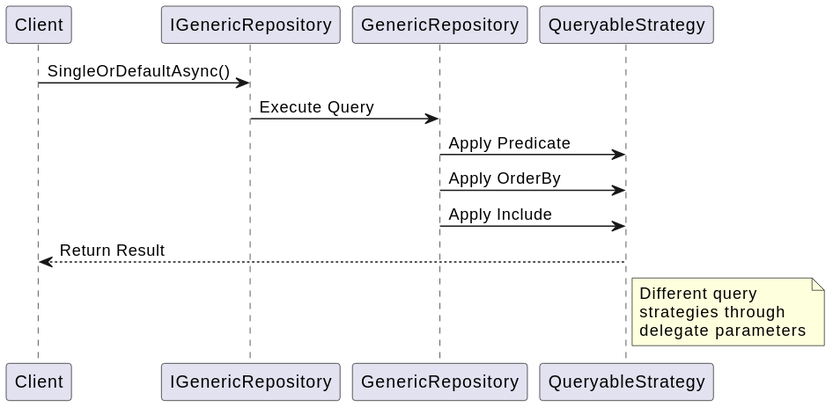
the-khiem7/ClaimRequestSystem.ASPNET keeps this PlantUML diagram as Document/Architecture/StrategyPattern.svg. Above is the earlier version.
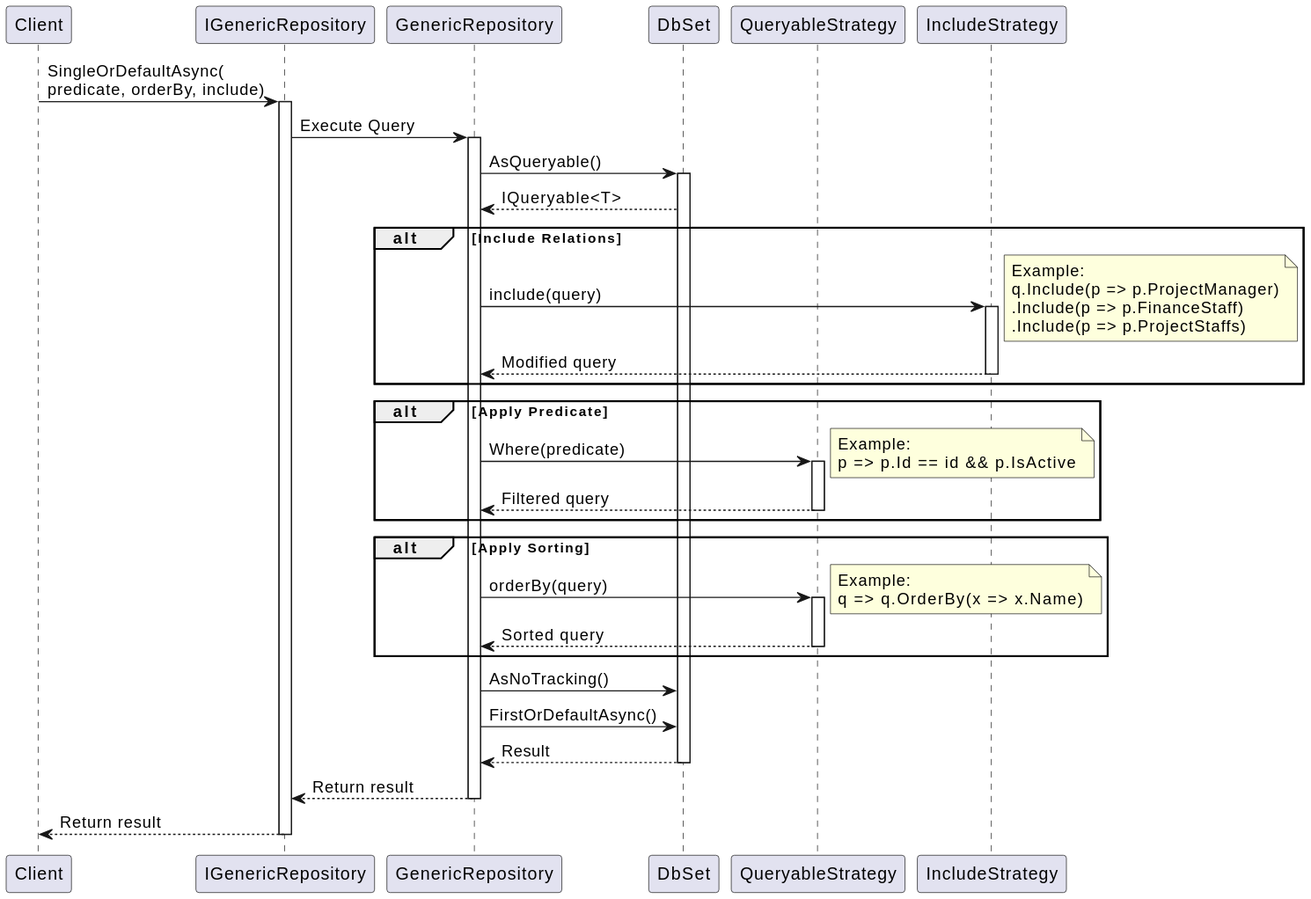
After the change.

Commit message:
refine the Builder Pattern and Strategy Pattern

Diff of the diagram source:
```diff
@@ -2,17 +2,53 @@
 participant Client
 participant IGenericRepository
 participant GenericRepository
+participant DbSet
 participant QueryableStrategy
+participant IncludeStrategy
 
-Client -> IGenericRepository : SingleOrDefaultAsync()
+Client -> IGenericRepository : SingleOrDefaultAsync(\npredicate, orderBy, include)
+activate IGenericRepository
+
 IGenericRepository -> GenericRepository : Execute Query
-GenericRepository -> QueryableStrategy : Apply Predicate
-GenericRepository -> QueryableStrategy : Apply OrderBy
-GenericRepository -> QueryableStrategy : Apply Include
-QueryableStrategy --> Client : Return Result
-note right of QueryableStrategy
-  Different query
-  strategies through
-  delegate parameters
-end note
+activate GenericRepository
+
+GenericRepository -> DbSet : AsQueryable()
+activate DbSet
+DbSet --> GenericRepository : IQueryable<T>
+
+alt Include Relations
+    GenericRepository -> IncludeStrategy : include(query)
+    activate IncludeStrategy
+    note right: Example:\nq.Include(p => p.ProjectManager)\n.Include(p => p.FinanceStaff)\n.Include(p => p.ProjectStaffs)
+    IncludeStrategy --> GenericRepository : Modified query
+    deactivate IncludeStrategy
+end
+
+alt Apply Predicate
+    GenericRepository -> QueryableStrategy : Where(predicate)
+    activate QueryableStrategy
+    note right: Example:\np => p.Id == id && p.IsActive
+    QueryableStrategy --> GenericRepository : Filtered query
+    deactivate QueryableStrategy
+end
+
+alt Apply Sorting
+    GenericRepository -> QueryableStrategy : orderBy(query)
+    activate QueryableStrategy
+    note right: Example:\nq => q.OrderBy(x => x.Name)
+    QueryableStrategy --> GenericRepository : Sorted query
+    deactivate QueryableStrategy
+end
+
+GenericRepository -> DbSet : AsNoTracking()
+GenericRepository -> DbSet : FirstOrDefaultAsync()
+
+DbSet --> GenericRepository : Result
+deactivate DbSet
+
+GenericRepository --> IGenericRepository : Return result
+deactivate GenericRepository
+
+IGenericRepository --> Client : Return result
+deactivate IGenericRepository
 @enduml
```
